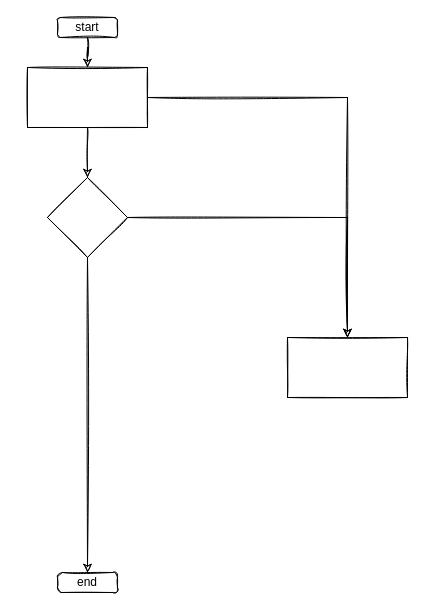
Above: OneDeviceMultiPlayerGame/gameFlow.drawio in DaikiKurihara/GameApps (draw.io), before the change. Source tidied: cells renumbered, new cells numbered last; positions are measured from the earlier drawing's top-left corner, leaving out a move shared by most shapes. Both pictures are drawn from the tidied source at 100%, with x=0, y=0 at pixel (27, 17).
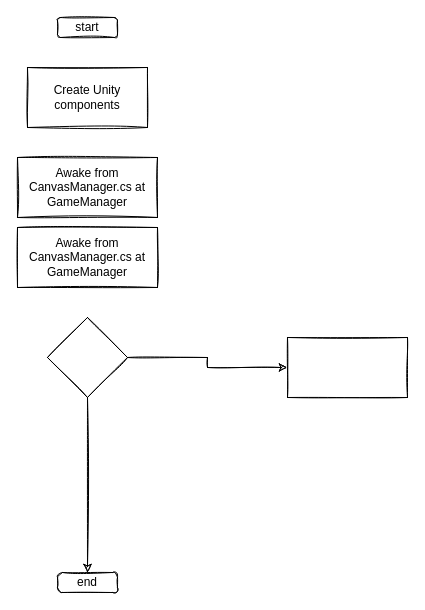
After the change.

Commit message:
gameFlow.drawio を更新します

What changed in the source:
```diff
@@
 <mxGraphModel>
   <root>
     <mxCell id="0" />
     <mxCell id="1" parent="0" />
-    <mxCell id="2" style="edgeStyle=orthogonalEdgeStyle;rounded=0;jettySize=auto;html=1;sketch=1;" parent="1" edge="1" source="4" target="7">
-      <mxGeometry relative="1" as="geometry" />
-    </mxCell>
-    <mxCell id="3" style="edgeStyle=orthogonalEdgeStyle;rounded=0;jettySize=auto;html=1;sketch=1;" parent="1" edge="1" source="4" target="8">
-      <mxGeometry relative="1" as="geometry" />
-    </mxCell>
-    <mxCell id="4" style="rounded=0;whiteSpace=wrap;html=1;sketch=1;" parent="1" vertex="1">
-      <mxGeometry y="50" width="120" height="60" as="geometry" />
-    </mxCell>
     <mxCell id="5" style="edgeStyle=orthogonalEdgeStyle;rounded=0;jettySize=auto;html=1;sketch=1;" parent="1" edge="1" source="7" target="8">
       <mxGeometry relative="1" as="geometry" />
     </mxCell>
     <mxCell id="6" style="edgeStyle=orthogonalEdgeStyle;rounded=0;jettySize=auto;html=1;exitX=0.5;exitY=1;exitDx=0;exitDy=0;entryX=0.5;entryY=0;entryDx=0;entryDy=0;sketch=1;" parent="1" edge="1" source="7" target="11">
       <mxGeometry relative="1" as="geometry" />
     </mxCell>
     <mxCell id="7" style="rhombus;whiteSpace=wrap;html=1;sketch=1;" parent="1" vertex="1">
-      <mxGeometry x="20" y="160" width="80" height="80" as="geometry" />
+      <mxGeometry x="20" y="300" width="80" height="80" as="geometry" />
     </mxCell>
     <mxCell id="8" style="rounded=0;whiteSpace=wrap;html=1;sketch=1;glass=0;" parent="1" vertex="1">
       <mxGeometry x="260" y="320" width="120" height="60" as="geometry" />
     </mxCell>
-    <mxCell id="9" style="edgeStyle=orthogonalEdgeStyle;rounded=0;jettySize=auto;html=1;sketch=1;" parent="1" edge="1" source="10" target="4">
-      <mxGeometry relative="1" as="geometry" />
-    </mxCell>
     <mxCell id="10" value="start" style="rounded=1;whiteSpace=wrap;html=1;sketch=1;" parent="1" vertex="1">
       <mxGeometry x="30" width="60" height="20" as="geometry" />
     </mxCell>
     <mxCell id="11" value="end" style="rounded=1;whiteSpace=wrap;html=1;arcSize=25;sketch=1;" parent="1" vertex="1">
       <mxGeometry x="30" y="555" width="60" height="20" as="geometry" />
     </mxCell>
+    <mxCell id="12" value="Create Unity components" style="rounded=0;whiteSpace=wrap;html=1;sketch=1;" parent="1" vertex="1">
+      <mxGeometry y="50" width="120" height="60" as="geometry" />
+    </mxCell>
+    <mxCell id="13" value="Awake from CanvasManager.cs at GameManager" style="rounded=0;whiteSpace=wrap;html=1;sketch=1;" parent="1" vertex="1">
+      <mxGeometry x="-10" y="140" width="140" height="60" as="geometry" />
+    </mxCell>
+    <mxCell id="14" value="Awake from CanvasManager.cs at GameManager" style="rounded=0;whiteSpace=wrap;html=1;sketch=1;" parent="1" vertex="1">
+      <mxGeometry x="-10" y="210" width="140" height="60" as="geometry" />
+    </mxCell>
   </root>
 </mxGraphModel>
```
